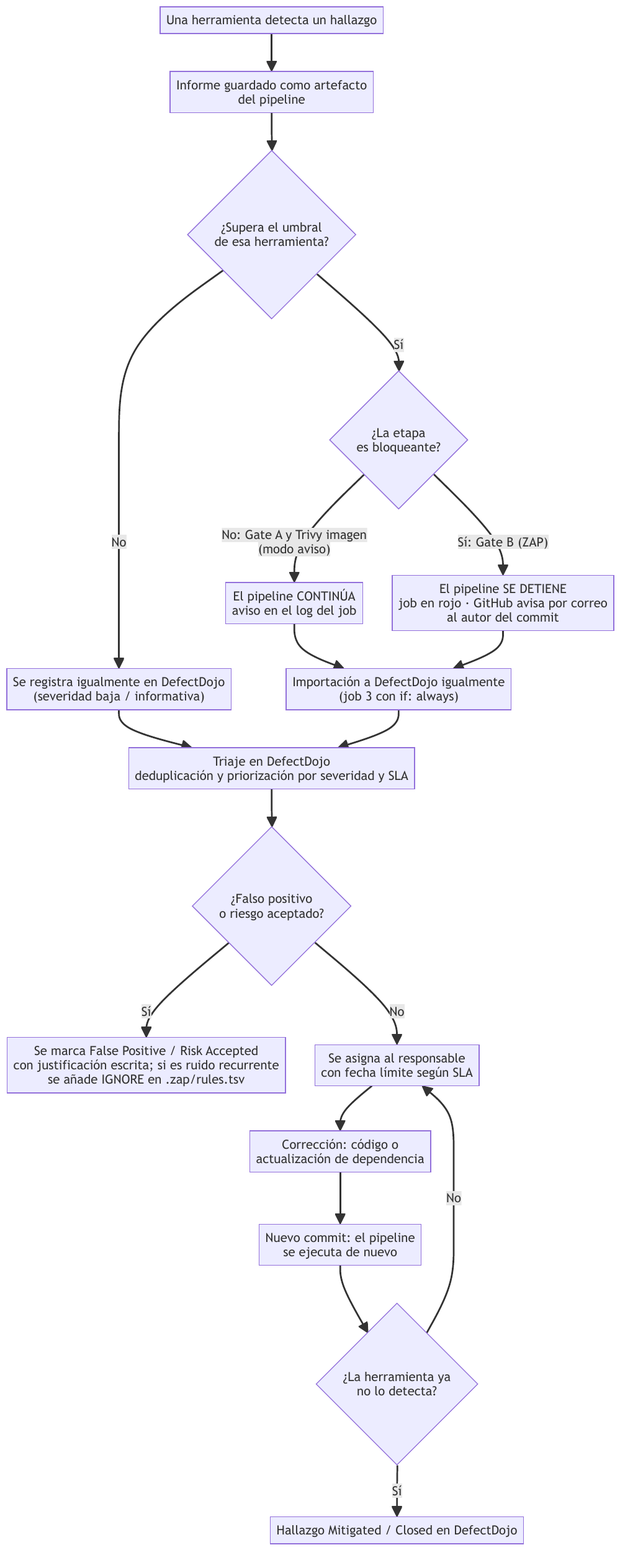
Earlier version of the Mermaid export docs/diagramas/flujo.png (luialacon/webgoat_PAI-4). Its source is kept beside it as docs/diagramas/flujo.mmd. The source it was exported from:
```mermaid
flowchart TD
    A["Una herramienta detecta un hallazgo"] --> B["Informe guardado como artefacto<br/>del pipeline"]
    B --> C{"¿Supera el umbral<br/>de esa herramienta?"}
    C -- No --> R1["Se registra igualmente en DefectDojo<br/>(severidad baja / informativa)"]
    C -- Sí --> D{"¿La etapa<br/>es bloqueante?"}
    D -- "No: Gate A y Trivy imagen<br/>(modo aviso)" --> W["El pipeline CONTINÚA<br/>aviso en el log del job"]
    D -- "Sí: Gate B (ZAP)" --> X["El pipeline SE DETIENE<br/>job en rojo · GitHub avisa por correo<br/>al autor del commit"]
    W --> R2
    X --> R2["Importación a DefectDojo igualmente<br/>(job 3 con if: always)"]
    R1 --> T
    R2 --> T["Triaje en DefectDojo<br/>deduplicación y priorización por severidad y SLA"]
    T --> E{"¿Falso positivo<br/>o riesgo aceptado?"}
    E -- Sí --> FP["Se marca False Positive / Risk Accepted<br/>con justificación escrita; si es ruido recurrente<br/>se añade IGNORE en .zap/rules.tsv"]
    E -- No --> F["Se asigna al responsable<br/>con fecha límite según SLA"]
    F --> G["Corrección: código o<br/>actualización de dependencia"]
    G --> H["Nuevo commit: el pipeline<br/>se ejecuta de nuevo"]
    H --> I{"¿La herramienta ya<br/>no lo detecta?"}
    I -- Sí --> M["Hallazgo Mitigated / Closed en DefectDojo"]
    I -- No --> F
```
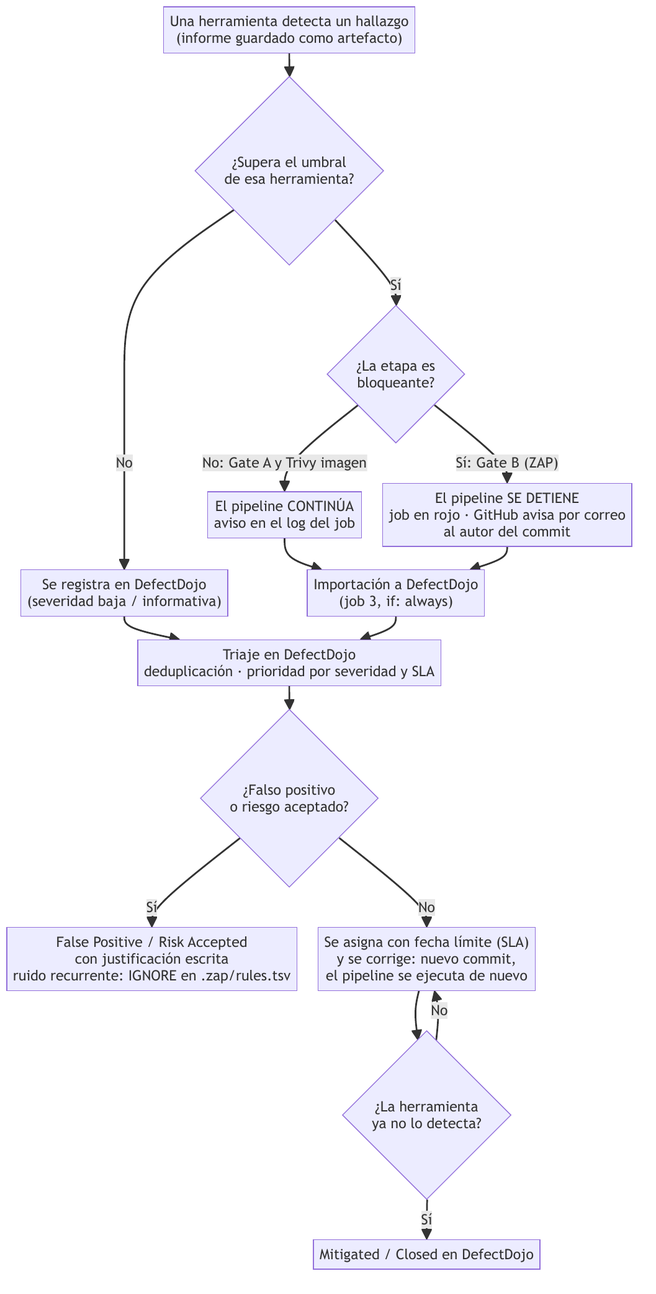
Above is the later version.

Commit message:
Informe tecnico regenerado (PDF + fuente HTML) y diagramas actualizados

What changed in the source:
```diff
@@ -1,19 +1,16 @@
 flowchart TD
-    A["Una herramienta detecta un hallazgo"] --> B["Informe guardado como artefacto<br/>del pipeline"]
-    B --> C{"¿Supera el umbral<br/>de esa herramienta?"}
-    C -- No --> R1["Se registra igualmente en DefectDojo<br/>(severidad baja / informativa)"]
-    C -- Sí --> D{"¿La etapa<br/>es bloqueante?"}
-    D -- "No: Gate A y Trivy imagen<br/>(modo aviso)" --> W["El pipeline CONTINÚA<br/>aviso en el log del job"]
+    A["Una herramienta detecta un hallazgo<br/>(informe guardado como artefacto)"] --> C{"¿Supera el umbral<br/>de esa herramienta?"}
+    C -- No --> R1["Se registra en DefectDojo<br/>(severidad baja / informativa)"]
+    C -- Sí --> D{"¿La etapa es<br/>bloqueante?"}
+    D -- "No: Gate A y Trivy imagen" --> W["El pipeline CONTINÚA<br/>aviso en el log del job"]
     D -- "Sí: Gate B (ZAP)" --> X["El pipeline SE DETIENE<br/>job en rojo · GitHub avisa por correo<br/>al autor del commit"]
-    W --> R2
-    X --> R2["Importación a DefectDojo igualmente<br/>(job 3 con if: always)"]
-    R1 --> T
-    R2 --> T["Triaje en DefectDojo<br/>deduplicación y priorización por severidad y SLA"]
+    W --> R2["Importación a DefectDojo<br/>(job 3, if: always)"]
+    X --> R2
+    R1 --> T["Triaje en DefectDojo<br/>deduplicación · prioridad por severidad y SLA"]
+    R2 --> T
     T --> E{"¿Falso positivo<br/>o riesgo aceptado?"}
-    E -- Sí --> FP["Se marca False Positive / Risk Accepted<br/>con justificación escrita; si es ruido recurrente<br/>se añade IGNORE en .zap/rules.tsv"]
-    E -- No --> F["Se asigna al responsable<br/>con fecha límite según SLA"]
-    F --> G["Corrección: código o<br/>actualización de dependencia"]
-    G --> H["Nuevo commit: el pipeline<br/>se ejecuta de nuevo"]
-    H --> I{"¿La herramienta ya<br/>no lo detecta?"}
-    I -- Sí --> M["Hallazgo Mitigated / Closed en DefectDojo"]
+    E -- Sí --> FP["False Positive / Risk Accepted<br/>con justificación escrita<br/>ruido recurrente: IGNORE en .zap/rules.tsv"]
+    E -- No --> F["Se asigna con fecha límite (SLA)<br/>y se corrige: nuevo commit,<br/>el pipeline se ejecuta de nuevo"]
+    F --> I{"¿La herramienta<br/>ya no lo detecta?"}
+    I -- Sí --> M["Mitigated / Closed en DefectDojo"]
     I -- No --> F
```
